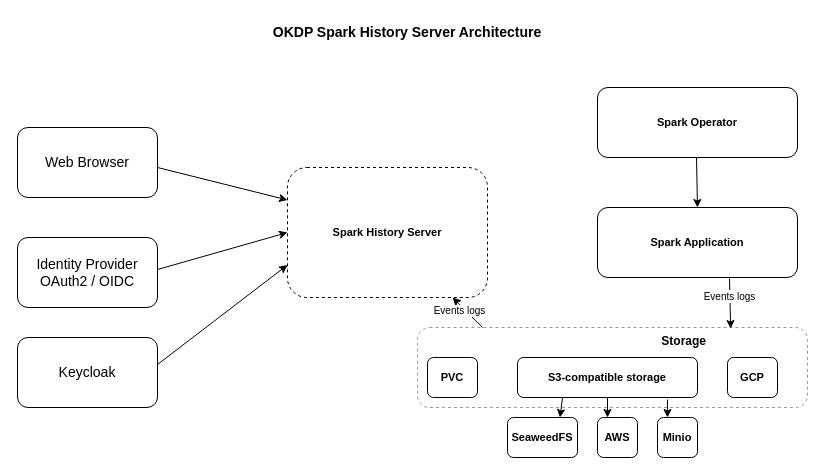
Earlier version of the draw.io diagram docs/assets/architecture.drawio (jpsavy/spark-history-server). Source tidied: cells renumbered, new cells numbered last; positions are measured from the earlier drawing's top-left corner, leaving out a move shared by most shapes. Both pictures are drawn from the tidied source at 100%, with x=0, y=0 at pixel (17, 17).
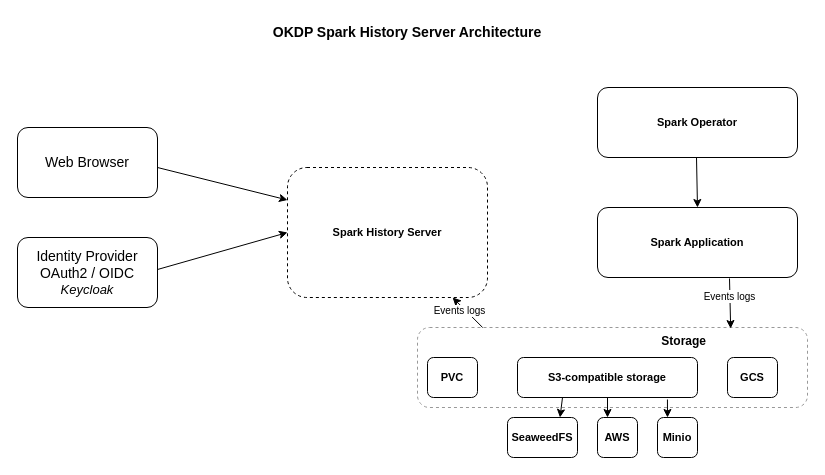
Above is the later version.

Unchanged cells that the change refers to:
```xml
<mxCell id="5" value="&lt;b&gt;Spark History Server&lt;/b&gt;" style="rounded=1;whiteSpace=wrap;html=1;fillColor=#ffffff;strokeColor=#000000;fontSize=11;dashed=1;" parent="1" vertex="1">
  <mxGeometry x="270" y="150" width="200" height="130" as="geometry" />
</mxCell>
```

Diff of the diagram source:
```diff
@@
-    <mxCell id="11" value="&lt;b&gt;GCP&lt;/b&gt;" style="rounded=1;whiteSpace=wrap;html=1;fillColor=#ffffff;strokeColor=#000000;fontSize=11;" parent="1" vertex="1">
+    <mxCell id="11" value="&lt;b&gt;GCS&lt;/b&gt;" style="rounded=1;whiteSpace=wrap;html=1;fillColor=#ffffff;strokeColor=#000000;fontSize=11;" parent="1" vertex="1">
       <mxGeometry x="710" y="340" width="50" height="40" as="geometry" />
     </mxCell>
@@
-    <mxCell id="20" value="&lt;span style=&quot;font-size: 14px;&quot;&gt;Identity Provider&lt;/span&gt;&lt;br style=&quot;font-size: 14px;&quot;&gt;&lt;span style=&quot;font-size: 14px;&quot;&gt;OAuth2 / OIDC&lt;/span&gt;" style="rounded=1;whiteSpace=wrap;html=1;fillColor=#ffffff;strokeColor=#000000;fontSize=11;" parent="1" vertex="1">
+    <mxCell id="20" value="&lt;span style=&quot;font-size: 14px;&quot;&gt;Identity Provider&lt;/span&gt;&lt;br style=&quot;font-size: 14px;&quot;&gt;&lt;span style=&quot;font-size: 14px;&quot;&gt;OAuth2 / OIDC&lt;/span&gt;&lt;br&gt;&lt;i style=&quot;&quot;&gt;&lt;font style=&quot;font-size: 13px;&quot;&gt;Keycloak&lt;/font&gt;&lt;/i&gt;" style="rounded=1;whiteSpace=wrap;html=1;fillColor=#ffffff;strokeColor=#000000;fontSize=11;" parent="1" vertex="1">
       <mxGeometry y="220" width="140" height="70" as="geometry" />
     </mxCell>
-    <mxCell id="21" value="&lt;span style=&quot;font-size: 14px;&quot;&gt;Keycloak&lt;/span&gt;" style="rounded=1;whiteSpace=wrap;html=1;fillColor=#ffffff;strokeColor=#000000;fontSize=11;" parent="1" vertex="1">
-      <mxGeometry y="320" width="140" height="70" as="geometry" />
-    </mxCell>
@@
-    <mxCell id="24" style="endArrow=classic;html=1;rounded=0;strokeColor=#000000;fontSize=10;entryX=0;entryY=0.75;entryDx=0;entryDy=0;" parent="1" edge="1" target="5">
-      <mxGeometry x="0.31" y="4" relative="1" as="geometry">
-        <mxPoint x="140" y="347" as="sourcePoint" />
-      </mxGeometry>
-    </mxCell>
```
